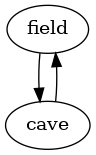
The Graphviz diagram map.png in coffebean19/text-adventure, before a commit. Its source is kept beside it as map.gv.
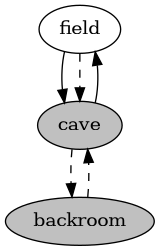
The same file after the commit.

Diff of the diagram source:
```diff
@@ -1,4 +1,11 @@
 digraph map {
+	node [style=filled]
 	field -> cave
+	field -> cave [style=dashed]
 	cave -> field
+	cave -> backroom [style=dashed]
+	backroom -> cave [style=dashed]
+	cave [fillcolor=grey]
+	field [fillcolor=white]
+	backroom [fillcolor=grey]
 }
```
